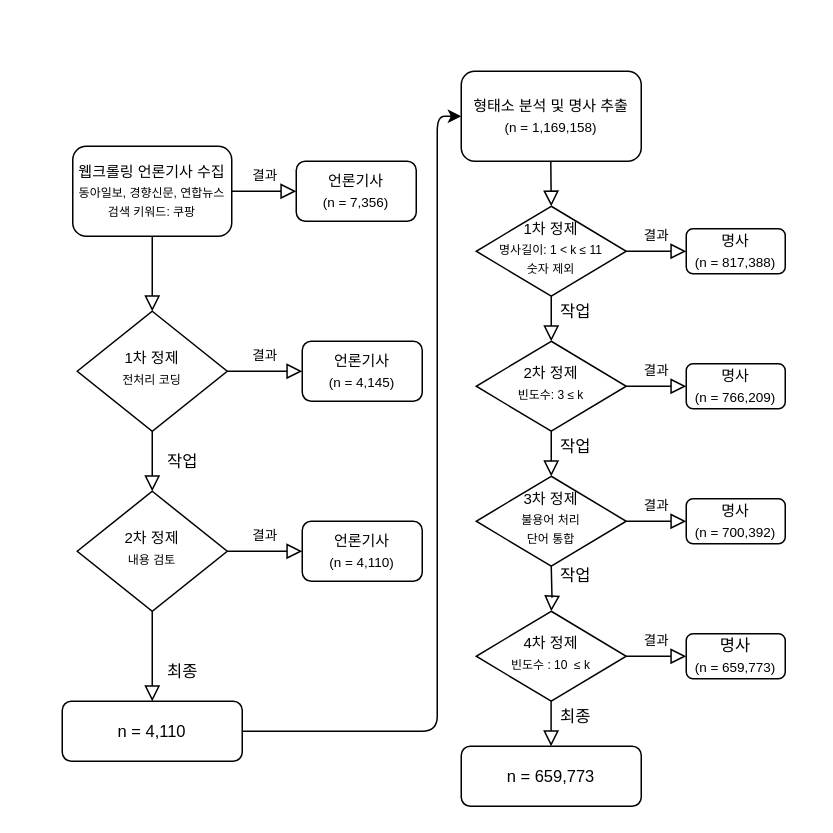
The draw.io diagram prep.drawio in kjsang/discourse.rf, before the edit. Source tidied: cells renumbered, new cells numbered last; positions are measured from the earlier drawing's top-left corner, leaving out a move shared by most shapes. Both pictures are drawn from the tidied source at 150%, with x=0, y=0 at pixel (62, 70).
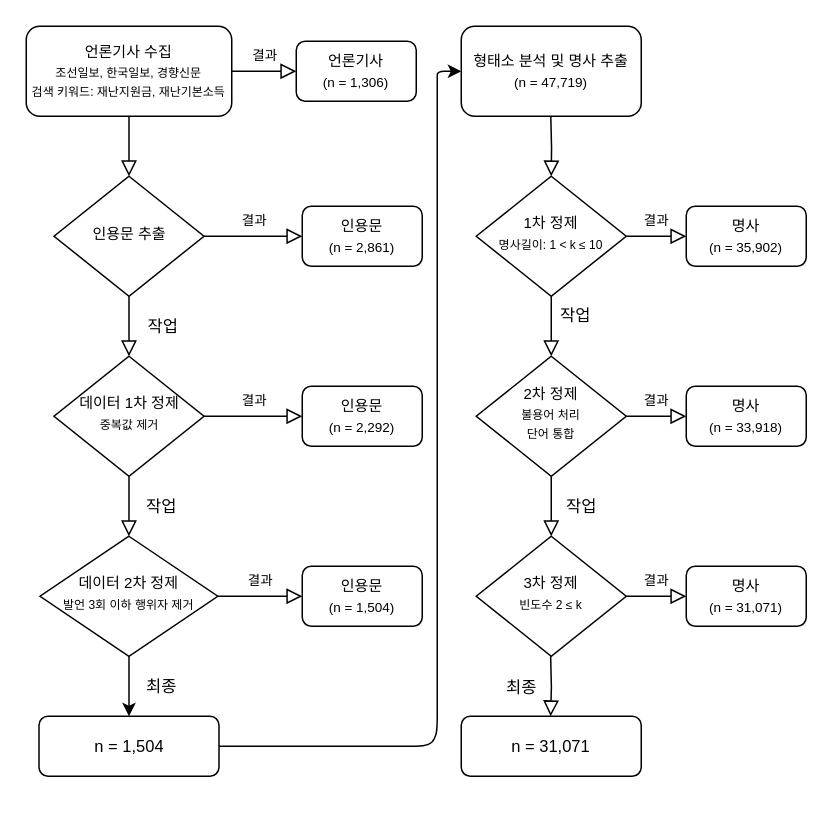
After the change.

Change to the diagram source:
```diff
@@
-    <mxCell id="3" value="&lt;font style=&quot;font-size: 10px&quot;&gt;웹크롤링 언론기사 수집&lt;br&gt;&lt;/font&gt;&lt;font style=&quot;font-size: 8px&quot;&gt;동아일보, 경향신문, 연합뉴스&lt;br&gt;검색 키워드: 쿠팡&lt;br&gt;&lt;/font&gt;" style="rounded=1;whiteSpace=wrap;html=1;fontSize=11;glass=0;strokeWidth=1;shadow=0;" parent="1" vertex="1">
-      <mxGeometry x="7" y="50" width="106" height="60" as="geometry" />
+    <mxCell id="3" value="&lt;font style=&quot;font-size: 10px&quot;&gt;언론기사 수집&lt;br&gt;&lt;/font&gt;&lt;font style=&quot;font-size: 8px&quot;&gt;조선일보, 한국일보, 경향신문&lt;br&gt;검색 키워드: 재난지원금, 재난기본소득&lt;br&gt;&lt;/font&gt;" style="rounded=1;whiteSpace=wrap;html=1;fontSize=11;glass=0;strokeWidth=1;shadow=0;" parent="1" vertex="1">
+      <mxGeometry x="-24" y="-30" width="137" height="60" as="geometry" />
     </mxCell>
     <mxCell id="4" value="작업" style="rounded=0;html=1;jettySize=auto;fontSize=11;endArrow=block;endFill=0;endSize=8;strokeWidth=1;shadow=0;labelBackgroundColor=none;edgeStyle=orthogonalEdgeStyle;" parent="1" edge="1" source="6" target="10">
-      <mxGeometry y="20" relative="1" as="geometry" />
+      <mxGeometry y="22" relative="1" as="geometry" />
     </mxCell>
@@
-    <mxCell id="6" value="&lt;font style=&quot;font-size: 10px&quot;&gt;1차 정제&lt;br&gt;&lt;/font&gt;&lt;font style=&quot;font-size: 8px&quot;&gt;전처리 코딩&lt;/font&gt;" style="rhombus;whiteSpace=wrap;html=1;shadow=0;fontFamily=Helvetica;fontSize=11;align=center;strokeWidth=1;spacing=6;spacingTop=-4;" parent="1" vertex="1">
-      <mxGeometry x="10" y="160" width="100" height="80" as="geometry" />
+    <mxCell id="6" value="&lt;font&gt;&lt;span style=&quot;font-size: 10px&quot;&gt;인용문 추출&lt;/span&gt;&lt;br&gt;&lt;/font&gt;" style="rhombus;whiteSpace=wrap;html=1;shadow=0;fontFamily=Helvetica;fontSize=11;align=center;strokeWidth=1;spacing=6;spacingTop=-4;" parent="1" vertex="1">
+      <mxGeometry x="-5.5" y="70" width="100" height="80" as="geometry" />
     </mxCell>
-    <mxCell id="7" value="&lt;font style=&quot;font-size: 10px&quot;&gt;언론기사&lt;br&gt;&lt;/font&gt;&lt;font style=&quot;font-size: 9px&quot;&gt;(n = 4,145)&lt;/font&gt;" style="rounded=1;whiteSpace=wrap;html=1;fontSize=11;glass=0;strokeWidth=1;shadow=0;" parent="1" vertex="1">
-      <mxGeometry x="160" y="180" width="80" height="40" as="geometry" />
+    <mxCell id="7" value="&lt;font style=&quot;font-size: 10px&quot;&gt;인용문&lt;br&gt;&lt;/font&gt;&lt;font style=&quot;font-size: 9px&quot;&gt;(n = 2,861)&lt;/font&gt;" style="rounded=1;whiteSpace=wrap;html=1;fontSize=11;glass=0;strokeWidth=1;shadow=0;" parent="1" vertex="1">
+      <mxGeometry x="160" y="90" width="80" height="40" as="geometry" />
     </mxCell>
-    <mxCell id="8" value="최종" style="rounded=0;html=1;jettySize=auto;fontSize=11;endArrow=block;endFill=0;endSize=8;strokeWidth=1;shadow=0;labelBackgroundColor=none;edgeStyle=orthogonalEdgeStyle;" parent="1" edge="1" source="10" target="11">
-      <mxGeometry x="0.33" y="20" relative="1" as="geometry" />
+    <mxCell id="8" value="작업" style="rounded=0;html=1;jettySize=auto;fontSize=11;endArrow=block;endFill=0;endSize=8;strokeWidth=1;shadow=0;labelBackgroundColor=none;edgeStyle=orthogonalEdgeStyle;entryX=0.5;entryY=0;entryDx=0;entryDy=0;" parent="1" edge="1" source="10" target="36">
+      <mxGeometry y="22" relative="1" as="geometry" />
     </mxCell>
@@
-    <mxCell id="10" value="&lt;font style=&quot;font-size: 10px&quot;&gt;2차 정제&lt;br&gt;&lt;/font&gt;&lt;font style=&quot;font-size: 8px&quot;&gt;내용 검토&lt;/font&gt;" style="rhombus;whiteSpace=wrap;html=1;shadow=0;fontFamily=Helvetica;fontSize=11;align=center;strokeWidth=1;spacing=6;spacingTop=-4;" parent="1" vertex="1">
-      <mxGeometry x="10" y="280" width="100" height="80" as="geometry" />
+    <mxCell id="10" value="&lt;font style=&quot;font-size: 10px&quot;&gt;데이터 1차 정제&lt;br&gt;&lt;/font&gt;&lt;font style=&quot;font-size: 8px&quot;&gt;중복값 제거&lt;/font&gt;" style="rhombus;whiteSpace=wrap;html=1;shadow=0;fontFamily=Helvetica;fontSize=11;align=center;strokeWidth=1;spacing=6;spacingTop=-4;" parent="1" vertex="1">
+      <mxGeometry x="-5.5" y="190" width="100" height="80" as="geometry" />
     </mxCell>
-    <mxCell id="11" value="n = 4,110" style="rounded=1;whiteSpace=wrap;html=1;fontSize=11;glass=0;strokeWidth=1;shadow=0;" parent="1" vertex="1">
-      <mxGeometry y="420" width="120" height="40" as="geometry" />
+    <mxCell id="11" value="n = 1,504" style="rounded=1;whiteSpace=wrap;html=1;fontSize=11;glass=0;strokeWidth=1;shadow=0;" parent="1" vertex="1">
+      <mxGeometry x="-15.5" y="430" width="120" height="40" as="geometry" />
     </mxCell>
-    <mxCell id="12" value="&lt;font style=&quot;font-size: 10px&quot;&gt;언론기사&lt;/font&gt;&lt;br style=&quot;font-size: 11px&quot;&gt;&lt;font style=&quot;font-size: 9px&quot;&gt;(n = 4,110)&lt;/font&gt;" style="rounded=1;whiteSpace=wrap;html=1;fontSize=11;glass=0;strokeWidth=1;shadow=0;" parent="1" vertex="1">
-      <mxGeometry x="160" y="300" width="80" height="40" as="geometry" />
+    <mxCell id="12" value="&lt;font style=&quot;font-size: 10px&quot;&gt;인용문&lt;br&gt;&lt;/font&gt;&lt;font style=&quot;font-size: 9px&quot;&gt;(n = 2,292)&lt;/font&gt;" style="rounded=1;whiteSpace=wrap;html=1;fontSize=11;glass=0;strokeWidth=1;shadow=0;" parent="1" vertex="1">
+      <mxGeometry x="160" y="210" width="80" height="40" as="geometry" />
     </mxCell>
     <mxCell id="13" style="endArrow=classic;html=1;exitX=1;exitY=0.5;exitDx=0;exitDy=0;entryX=0;entryY=0.5;entryDx=0;entryDy=0;" parent="1" edge="1" source="11" target="14">
       <mxGeometry relative="1" as="geometry">
         <Array as="points">
+          <mxPoint x="246" y="450" />
           <mxPoint x="250" y="440" />
-          <mxPoint x="250" y="30" />
+          <mxPoint x="250" y="10" />
+          <mxPoint x="250" />
         </Array>
       </mxGeometry>
     </mxCell>
-    <mxCell id="14" value="&lt;font style=&quot;font-size: 10px&quot;&gt;형태소 분석 및 명사 추출&lt;br&gt;&lt;/font&gt;&lt;font style=&quot;font-size: 9px&quot;&gt;(n = 1,169,158)&lt;/font&gt;" style="rounded=1;whiteSpace=wrap;html=1;fontSize=11;" parent="1" vertex="1">
-      <mxGeometry x="266" width="120" height="60" as="geometry" />
+    <mxCell id="14" value="&lt;font style=&quot;font-size: 10px&quot;&gt;형태소 분석 및 명사 추출&lt;br&gt;&lt;/font&gt;&lt;font style=&quot;font-size: 9px&quot;&gt;(n = 47,719)&lt;/font&gt;" style="rounded=1;whiteSpace=wrap;html=1;fontSize=11;" parent="1" vertex="1">
+      <mxGeometry x="266" y="-30" width="120" height="60" as="geometry" />
     </mxCell>
     <mxCell id="15" value="작업" style="rounded=0;html=1;jettySize=auto;fontSize=11;endArrow=block;endFill=0;endSize=8;strokeWidth=1;shadow=0;labelBackgroundColor=none;edgeStyle=orthogonalEdgeStyle;" parent="1" edge="1" source="17" target="21">
       <mxGeometry x="-0.33" y="16" relative="1" as="geometry">
         <Array as="points">
-          <mxPoint x="326" y="190" />
-          <mxPoint x="326" y="190" />
+          <mxPoint x="326" y="160" />
+          <mxPoint x="326" y="160" />
         </Array>
       </mxGeometry>
     </mxCell>
@@
-    <mxCell id="17" value="&lt;font style=&quot;font-size: 10px&quot;&gt;1차 정제&lt;br&gt;&lt;/font&gt;&lt;font style=&quot;font-size: 8px&quot;&gt;명사길이: 1 &amp;lt; k ≤ 11&lt;br&gt;숫자 제외&lt;/font&gt;" style="rhombus;whiteSpace=wrap;html=1;shadow=0;fontFamily=Helvetica;fontSize=11;align=center;strokeWidth=1;spacing=6;spacingTop=-4;" parent="1" vertex="1">
-      <mxGeometry x="276" y="90" width="100" height="60" as="geometry" />
+    <mxCell id="17" value="&lt;font style=&quot;font-size: 10px&quot;&gt;1차 정제&lt;br&gt;&lt;/font&gt;&lt;font style=&quot;font-size: 8px&quot;&gt;명사길이: 1 &amp;lt; k ≤ 10&lt;br&gt;&lt;/font&gt;" style="rhombus;whiteSpace=wrap;html=1;shadow=0;fontFamily=Helvetica;fontSize=11;align=center;strokeWidth=1;spacing=6;spacingTop=-4;" parent="1" vertex="1">
+      <mxGeometry x="276" y="70" width="100" height="80" as="geometry" />
     </mxCell>
-    <mxCell id="18" value="&lt;font style=&quot;font-size: 10px&quot;&gt;명사&lt;br&gt;&lt;/font&gt;&lt;font style=&quot;font-size: 9px&quot;&gt;(n = 817,388)&lt;/font&gt;" style="rounded=1;whiteSpace=wrap;html=1;fontSize=11;glass=0;strokeWidth=1;shadow=0;" parent="1" vertex="1">
-      <mxGeometry x="416" y="105" width="66" height="30" as="geometry" />
+    <mxCell id="18" value="&lt;font style=&quot;font-size: 10px&quot;&gt;명사&lt;br&gt;&lt;/font&gt;&lt;font style=&quot;font-size: 9px&quot;&gt;(n = 35,902)&lt;/font&gt;" style="rounded=1;whiteSpace=wrap;html=1;fontSize=11;glass=0;strokeWidth=1;shadow=0;" parent="1" vertex="1">
+      <mxGeometry x="416" y="90" width="80" height="40" as="geometry" />
     </mxCell>
     <mxCell id="19" value="작업" style="rounded=0;html=1;jettySize=auto;fontSize=11;endArrow=block;endFill=0;endSize=8;strokeWidth=1;shadow=0;labelBackgroundColor=none;edgeStyle=orthogonalEdgeStyle;" parent="1" edge="1" source="21" target="25">
-      <mxGeometry x="0.2" y="16" relative="1" as="geometry" />
+      <mxGeometry y="20" relative="1" as="geometry" />
     </mxCell>
@@
-    <mxCell id="21" value="&lt;font style=&quot;font-size: 10px&quot;&gt;2차 정제&lt;br&gt;&lt;/font&gt;&lt;font style=&quot;font-size: 8px&quot;&gt;빈도수: 3 ≤ k&lt;br&gt;&lt;/font&gt;" style="rhombus;whiteSpace=wrap;html=1;shadow=0;fontFamily=Helvetica;fontSize=11;align=center;strokeWidth=1;spacing=6;spacingTop=-4;" parent="1" vertex="1">
-      <mxGeometry x="276" y="180" width="100" height="60" as="geometry" />
+    <mxCell id="21" value="&lt;font style=&quot;font-size: 10px&quot;&gt;2차 정제&lt;br&gt;&lt;/font&gt;&lt;font style=&quot;font-size: 8px&quot;&gt;불용어 처리&lt;br&gt;단어 통합&lt;br&gt;&lt;/font&gt;" style="rhombus;whiteSpace=wrap;html=1;shadow=0;fontFamily=Helvetica;fontSize=11;align=center;strokeWidth=1;spacing=6;spacingTop=-4;" parent="1" vertex="1">
+      <mxGeometry x="276" y="190" width="100" height="80" as="geometry" />
     </mxCell>
-    <mxCell id="22" value="n = 659,773" style="rounded=1;whiteSpace=wrap;html=1;fontSize=11;glass=0;strokeWidth=1;shadow=0;" parent="1" vertex="1">
-      <mxGeometry x="266" y="450" width="120" height="40" as="geometry" />
+    <mxCell id="22" value="n = 31,071" style="rounded=1;whiteSpace=wrap;html=1;fontSize=11;glass=0;strokeWidth=1;shadow=0;" parent="1" vertex="1">
+      <mxGeometry x="266" y="430" width="120" height="40" as="geometry" />
     </mxCell>
-    <mxCell id="23" value="&lt;font style=&quot;font-size: 10px&quot;&gt;명사&lt;br&gt;&lt;/font&gt;&lt;font style=&quot;font-size: 9px&quot;&gt;(n = 766,209)&lt;/font&gt;" style="rounded=1;whiteSpace=wrap;html=1;fontSize=11;glass=0;strokeWidth=1;shadow=0;" parent="1" vertex="1">
-      <mxGeometry x="416" y="195" width="66" height="30" as="geometry" />
+    <mxCell id="23" value="&lt;font style=&quot;font-size: 10px&quot;&gt;명사&lt;br&gt;&lt;/font&gt;&lt;font style=&quot;font-size: 9px&quot;&gt;(n = 33,918)&lt;/font&gt;" style="rounded=1;whiteSpace=wrap;html=1;fontSize=11;glass=0;strokeWidth=1;shadow=0;" parent="1" vertex="1">
+      <mxGeometry x="416" y="210" width="80" height="40" as="geometry" />
     </mxCell>
-    <mxCell id="24" style="rounded=0;html=1;jettySize=auto;orthogonalLoop=1;fontSize=11;endArrow=block;endFill=0;endSize=8;strokeWidth=1;shadow=0;labelBackgroundColor=none;edgeStyle=orthogonalEdgeStyle;" parent="1" edge="1">
+    <mxCell id="24" style="rounded=0;html=1;jettySize=auto;fontSize=11;endArrow=block;endFill=0;endSize=8;strokeWidth=1;shadow=0;labelBackgroundColor=none;edgeStyle=orthogonalEdgeStyle;entryX=0.5;entryY=0;entryDx=0;entryDy=0;" parent="1" edge="1" target="17">
       <mxGeometry relative="1" as="geometry">
-        <mxPoint x="325.7" y="60" as="sourcePoint" />
-        <mxPoint x="326" y="90" as="targetPoint" />
+        <mxPoint x="325.7" y="30" as="sourcePoint" />
       </mxGeometry>
     </mxCell>
-    <mxCell id="25" value="&lt;font style=&quot;font-size: 10px&quot;&gt;3차 정제&lt;br&gt;&lt;/font&gt;&lt;font style=&quot;font-size: 8px&quot;&gt;불용어 처리&lt;br&gt;단어 통합&lt;br&gt;&lt;/font&gt;" style="rhombus;whiteSpace=wrap;html=1;shadow=0;fontFamily=Helvetica;fontSize=11;align=center;strokeWidth=1;spacing=6;spacingTop=-4;" parent="1" vertex="1">
-      <mxGeometry x="276" y="270" width="100" height="60" as="geometry" />
+    <mxCell id="25" value="&lt;font style=&quot;font-size: 10px&quot;&gt;3차 정제&lt;br&gt;&lt;/font&gt;&lt;font style=&quot;font-size: 8px&quot;&gt;빈도수 2 ≤ k&lt;br&gt;&lt;/font&gt;" style="rhombus;whiteSpace=wrap;html=1;shadow=0;fontFamily=Helvetica;fontSize=11;align=center;strokeWidth=1;spacing=6;spacingTop=-4;" parent="1" vertex="1">
+      <mxGeometry x="276" y="310" width="100" height="80" as="geometry" />
     </mxCell>
     <mxCell id="26" value="결과" style="edgeStyle=orthogonalEdgeStyle;rounded=0;html=1;jettySize=auto;fontSize=9;endArrow=block;endFill=0;endSize=8;strokeWidth=1;shadow=0;labelBackgroundColor=none;" parent="1" edge="1" target="27">
       <mxGeometry y="10" relative="1" as="geometry">
-        <mxPoint x="376" y="300" as="sourcePoint" />
+        <mxPoint x="376" y="350" as="sourcePoint" />
         <Array as="points">
-          <mxPoint x="396" y="300" />
-          <mxPoint x="396" y="300" />
+          <mxPoint x="396" y="350" />
+          <mxPoint x="396" y="350" />
         </Array>
       </mxGeometry>
     </mxCell>
-    <mxCell id="27" value="&lt;font style=&quot;font-size: 10px&quot;&gt;명사&lt;br&gt;&lt;/font&gt;&lt;font style=&quot;font-size: 9px&quot;&gt;(n = 700,392)&lt;/font&gt;" style="rounded=1;whiteSpace=wrap;html=1;fontSize=11;glass=0;strokeWidth=1;shadow=0;" parent="1" vertex="1">
-      <mxGeometry x="416" y="285" width="66" height="30" as="geometry" />
+    <mxCell id="27" value="&lt;font style=&quot;font-size: 10px&quot;&gt;명사&lt;br&gt;&lt;/font&gt;&lt;font style=&quot;font-size: 9px&quot;&gt;(n = 31,071)&lt;/font&gt;" style="rounded=1;whiteSpace=wrap;html=1;fontSize=11;glass=0;strokeWidth=1;shadow=0;" parent="1" vertex="1">
+      <mxGeometry x="416" y="330" width="80" height="40" as="geometry" />
     </mxCell>
-    <mxCell id="28" value="최종" style="rounded=0;html=1;jettySize=auto;orthogonalLoop=1;fontSize=11;endArrow=block;endFill=0;endSize=8;strokeWidth=1;shadow=0;labelBackgroundColor=none;edgeStyle=orthogonalEdgeStyle;" parent="1" edge="1">
-      <mxGeometry x="-0.33" y="16" relative="1" as="geometry">
-        <mxPoint x="325.9" y="420" as="sourcePoint" />
-        <mxPoint x="325.9" y="450" as="targetPoint" />
-      </mxGeometry>
-    </mxCell>
-    <mxCell id="29" value="작업" style="rounded=0;html=1;jettySize=auto;fontSize=11;endArrow=block;endFill=0;endSize=8;strokeWidth=1;shadow=0;labelBackgroundColor=none;edgeStyle=orthogonalEdgeStyle;" parent="1" edge="1" target="30">
-      <mxGeometry x="-0.6" y="16" relative="1" as="geometry">
-        <mxPoint x="326" y="330" as="sourcePoint" />
+    <mxCell id="29" value="최종" style="rounded=0;html=1;jettySize=auto;orthogonalLoop=1;fontSize=11;endArrow=block;endFill=0;endSize=8;strokeWidth=1;shadow=0;labelBackgroundColor=none;edgeStyle=orthogonalEdgeStyle;" parent="1" edge="1">
+      <mxGeometry y="20" relative="1" as="geometry">
+        <mxPoint x="325.6" y="390" as="sourcePoint" />
+        <mxPoint x="325.6" y="430" as="targetPoint" />
       </mxGeometry>
     </mxCell>
-    <mxCell id="30" value="&lt;font style=&quot;font-size: 10px&quot;&gt;4차 정제&lt;br&gt;&lt;/font&gt;&lt;font style=&quot;font-size: 8px&quot;&gt;빈도수 : 10&amp;nbsp;&amp;nbsp;≤ k&lt;br&gt;&lt;/font&gt;" style="rhombus;whiteSpace=wrap;html=1;shadow=0;fontFamily=Helvetica;fontSize=11;align=center;strokeWidth=1;spacing=6;spacingTop=-4;" parent="1" vertex="1">
-      <mxGeometry x="276" y="360" width="100" height="60" as="geometry" />
-    </mxCell>
-    <mxCell id="31" value="결과" style="edgeStyle=orthogonalEdgeStyle;rounded=0;html=1;jettySize=auto;fontSize=9;endArrow=block;endFill=0;endSize=8;strokeWidth=1;shadow=0;labelBackgroundColor=none;" parent="1" edge="1" target="32">
-      <mxGeometry y="10" relative="1" as="geometry">
-        <mxPoint x="376" y="390" as="sourcePoint" />
-        <Array as="points">
-          <mxPoint x="396" y="390" />
-          <mxPoint x="396" y="390" />
-        </Array>
-      </mxGeometry>
-    </mxCell>
-    <mxCell id="32" value="명사&lt;br&gt;&lt;font style=&quot;font-size: 9px&quot;&gt;(n = 659,773)&lt;/font&gt;" style="rounded=1;whiteSpace=wrap;html=1;fontSize=11;glass=0;strokeWidth=1;shadow=0;" parent="1" vertex="1">
-      <mxGeometry x="416" y="375" width="66" height="30" as="geometry" />
-    </mxCell>
@@
-    <mxCell id="34" value="&lt;font style=&quot;font-size: 10px&quot;&gt;언론기사&lt;br&gt;&lt;/font&gt;&lt;span style=&quot;font-size: 9px&quot;&gt;(n = 7,356)&lt;/span&gt;" style="rounded=1;whiteSpace=wrap;html=1;fontSize=11;glass=0;strokeWidth=1;shadow=0;" parent="1" vertex="1">
-      <mxGeometry x="156" y="60" width="80" height="40" as="geometry" />
+    <mxCell id="34" value="&lt;font style=&quot;font-size: 10px&quot;&gt;언론기사&lt;br&gt;&lt;/font&gt;&lt;span style=&quot;font-size: 9px&quot;&gt;(n = 1,306)&lt;/span&gt;" style="rounded=1;whiteSpace=wrap;html=1;fontSize=11;glass=0;strokeWidth=1;shadow=0;" parent="1" vertex="1">
+      <mxGeometry x="156" y="-20" width="80" height="40" as="geometry" />
     </mxCell>
+    <mxCell id="31" value="결과" style="edgeStyle=orthogonalEdgeStyle;rounded=0;html=1;jettySize=auto;fontSize=9;endArrow=block;endFill=0;endSize=8;strokeWidth=1;shadow=0;labelBackgroundColor=none;" parent="1" edge="1" source="36" target="37">
+      <mxGeometry y="10" relative="1" as="geometry" />
+    </mxCell>
+    <mxCell id="35" style="edgeStyle=orthogonalEdgeStyle;rounded=0;jettySize=auto;html=1;" parent="1" edge="1" source="36" target="11">
+      <mxGeometry relative="1" as="geometry" />
+    </mxCell>
+    <mxCell id="28" value="최종" style="edgeLabel;html=1;align=center;verticalAlign=middle;" parent="35" vertex="1">
+      <mxGeometry x="-0.2" relative="1" as="geometry">
+        <mxPoint x="21" y="4" as="offset" />
+      </mxGeometry>
+    </mxCell>
+    <mxCell id="36" value="&lt;font style=&quot;font-size: 10px&quot;&gt;데이터 2차 정제&lt;br&gt;&lt;/font&gt;&lt;span style=&quot;font-size: 8px&quot;&gt;발언 3회 이하 행위자 제거&lt;/span&gt;" style="rhombus;whiteSpace=wrap;html=1;shadow=0;fontFamily=Helvetica;fontSize=11;align=center;strokeWidth=1;spacing=6;spacingTop=-4;" parent="1" vertex="1">
+      <mxGeometry x="-14.8" y="310" width="118.5" height="80" as="geometry" />
+    </mxCell>
+    <mxCell id="37" value="&lt;font style=&quot;font-size: 10px&quot;&gt;인용문&lt;br&gt;&lt;/font&gt;&lt;font style=&quot;font-size: 9px&quot;&gt;(n = 1,504)&lt;/font&gt;" style="rounded=1;whiteSpace=wrap;html=1;fontSize=11;glass=0;strokeWidth=1;shadow=0;" parent="1" vertex="1">
+      <mxGeometry x="160" y="330" width="80" height="40" as="geometry" />
+    </mxCell>
```
